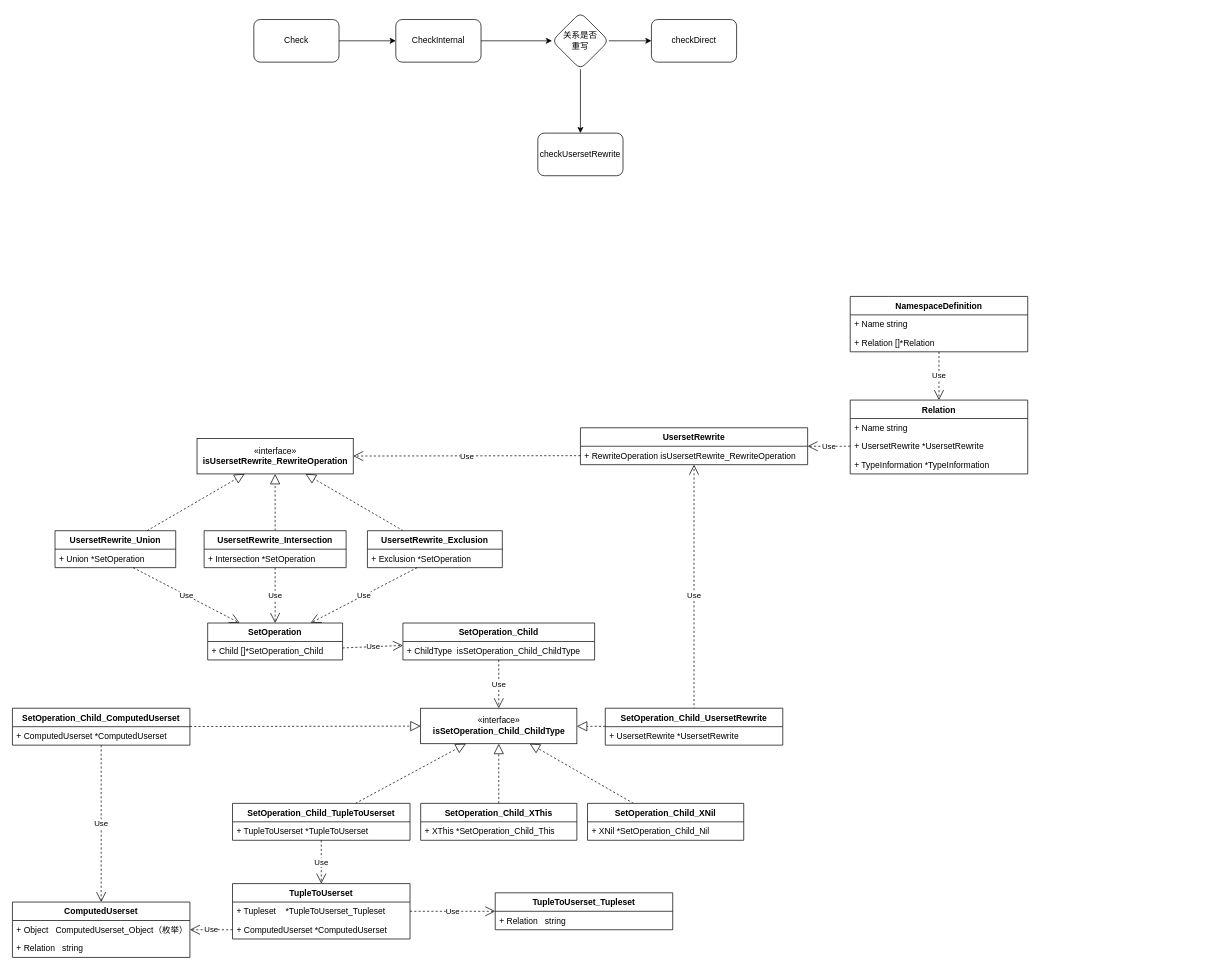
Before: checker.drawio in yamilinqh/spicedb, a draw.io diagram. Source tidied: cells renumbered, new cells numbered last; positions are measured from the earlier drawing's top-left corner, leaving out a move shared by most shapes. Both pictures are drawn from the tidied source at 71%, with x=0, y=0 at pixel (12, 12).
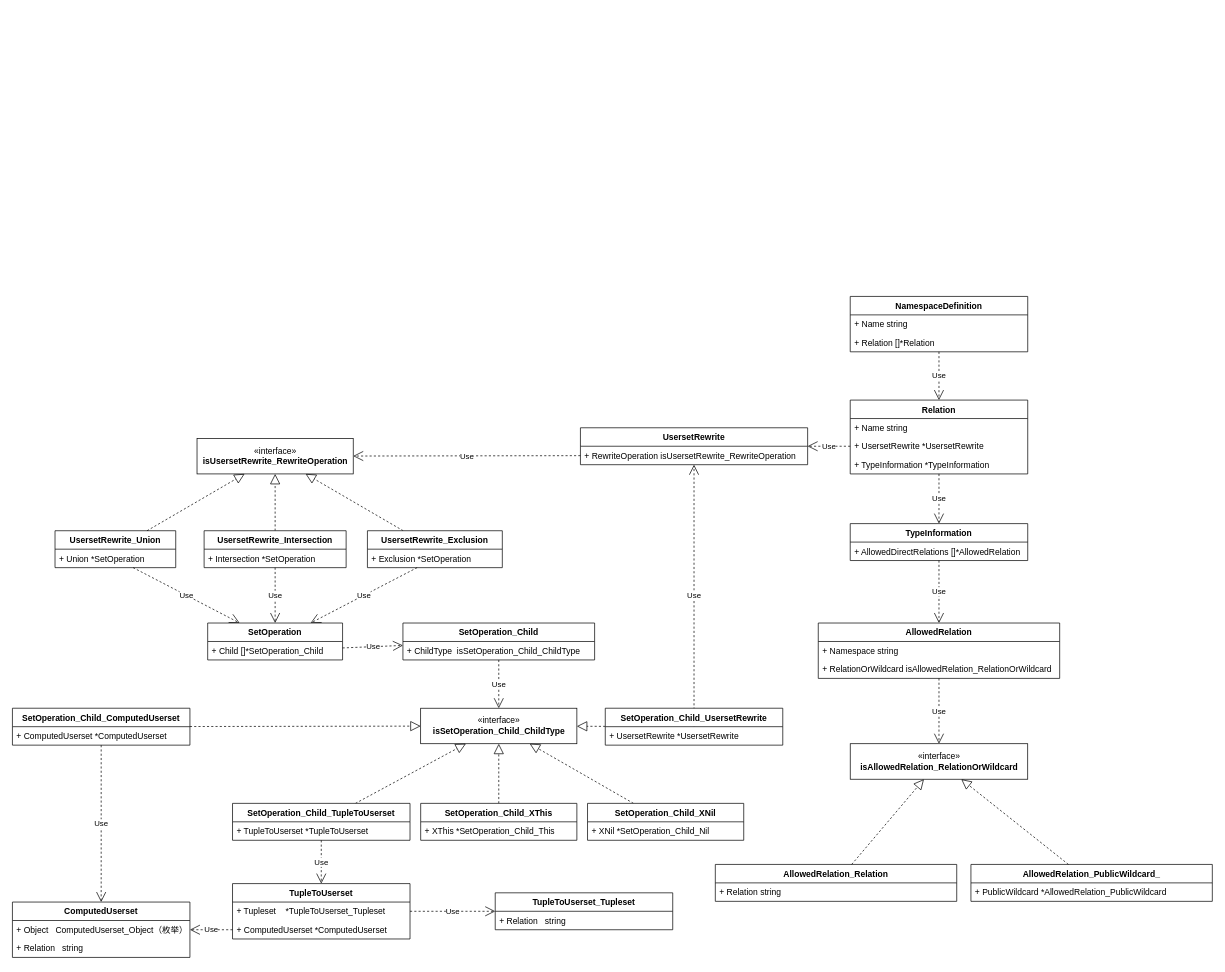
The same diagram, later.

The change refers to these unchanged cells:
```xml
<mxCell id="49" value="+ TypeInformation *TypeInformation" style="text;strokeColor=none;fillColor=none;align=left;verticalAlign=top;spacingLeft=4;spacingRight=4;overflow=hidden;points=[[0,0.5],[1,0.5]];portConstraint=eastwest;" parent="46" vertex="1">
  <mxGeometry y="78" width="250" height="26" as="geometry" />
</mxCell>
```

The edit, as a diff of the source:
```diff
@@
-    <mxCell id="2" style="edgeStyle=orthogonalEdgeStyle;rounded=0;jettySize=auto;html=1;" parent="1" edge="1" source="3" target="5">
-      <mxGeometry relative="1" as="geometry" />
-    </mxCell>
-    <mxCell id="3" value="Check" style="rounded=1;whiteSpace=wrap;html=1;" parent="1" vertex="1">
-      <mxGeometry x="340" y="10" width="120" height="60" as="geometry" />
-    </mxCell>
-    <mxCell id="4" style="edgeStyle=orthogonalEdgeStyle;rounded=0;jettySize=auto;html=1;" parent="1" edge="1" source="5" target="8">
-      <mxGeometry relative="1" as="geometry" />
-    </mxCell>
-    <mxCell id="5" value="CheckInternal" style="rounded=1;whiteSpace=wrap;html=1;" parent="1" vertex="1">
-      <mxGeometry x="540" y="10" width="120" height="60" as="geometry" />
-    </mxCell>
-    <mxCell id="6" style="edgeStyle=orthogonalEdgeStyle;rounded=0;jettySize=auto;html=1;" parent="1" edge="1" source="8" target="9">
-      <mxGeometry relative="1" as="geometry" />
-    </mxCell>
-    <mxCell id="7" style="edgeStyle=orthogonalEdgeStyle;rounded=0;jettySize=auto;html=1;" parent="1" edge="1" source="8" target="10">
-      <mxGeometry relative="1" as="geometry" />
-    </mxCell>
-    <mxCell id="8" value="关系是否&lt;br&gt;重写" style="rhombus;whiteSpace=wrap;html=1;rounded=1;" parent="1" vertex="1">
-      <mxGeometry x="760" width="80" height="80" as="geometry" />
-    </mxCell>
-    <mxCell id="9" value="checkDirect" style="whiteSpace=wrap;html=1;rounded=1;" parent="1" vertex="1">
-      <mxGeometry x="900" y="10" width="120" height="60" as="geometry" />
-    </mxCell>
-    <mxCell id="10" value="checkUsersetRewrite" style="whiteSpace=wrap;html=1;rounded=1;" parent="1" vertex="1">
-      <mxGeometry x="740" y="170" width="120" height="60" as="geometry" />
-    </mxCell>
@@
+    <mxCell id="71" value="TypeInformation" style="swimlane;fontStyle=1;align=center;verticalAlign=top;horizontal=1;startSize=26;" parent="1" vertex="1">
+      <mxGeometry x="1180" y="720" width="250" height="52" as="geometry" />
+    </mxCell>
+    <mxCell id="72" value="+ AllowedDirectRelations []*AllowedRelation" style="text;strokeColor=none;fillColor=none;align=left;verticalAlign=top;spacingLeft=4;spacingRight=4;overflow=hidden;points=[[0,0.5],[1,0.5]];portConstraint=eastwest;" parent="71" vertex="1">
+      <mxGeometry y="26" width="250" height="26" as="geometry" />
+    </mxCell>
+    <mxCell id="73" value="Use" style="endArrow=open;endSize=12;dashed=1;html=1;" parent="1" edge="1" source="49" target="71">
+      <mxGeometry relative="1" as="geometry" />
+    </mxCell>
+    <mxCell id="74" value="AllowedRelation" style="swimlane;fontStyle=1;align=center;verticalAlign=top;horizontal=1;startSize=26;" parent="1" vertex="1">
+      <mxGeometry x="1135" y="860" width="340" height="78" as="geometry" />
+    </mxCell>
+    <mxCell id="75" value="+ Namespace string" style="text;strokeColor=none;fillColor=none;align=left;verticalAlign=top;spacingLeft=4;spacingRight=4;overflow=hidden;" parent="74" vertex="1">
+      <mxGeometry y="26" width="340" height="26" as="geometry" />
+    </mxCell>
+    <mxCell id="76" value="+ RelationOrWildcard isAllowedRelation_RelationOrWildcard" style="text;strokeColor=none;fillColor=none;align=left;verticalAlign=top;spacingLeft=4;spacingRight=4;overflow=hidden;points=[[0,0.5],[1,0.5]];portConstraint=eastwest;" parent="74" vertex="1">
+      <mxGeometry y="52" width="340" height="26" as="geometry" />
+    </mxCell>
+    <mxCell id="77" value="«interface»&lt;br&gt;&lt;b&gt;isAllowedRelation_RelationOrWildcard&lt;/b&gt;" style="html=1;" parent="1" vertex="1">
+      <mxGeometry x="1180" y="1030" width="250" height="50" as="geometry" />
+    </mxCell>
+    <mxCell id="78" value="Use" style="endArrow=open;endSize=12;dashed=1;html=1;" parent="1" edge="1" source="72" target="74">
+      <mxGeometry relative="1" as="geometry" />
+    </mxCell>
+    <mxCell id="79" value="AllowedRelation_Relation" style="swimlane;fontStyle=1;align=center;verticalAlign=top;horizontal=1;startSize=26;" parent="1" vertex="1">
+      <mxGeometry x="990" y="1200" width="340" height="52" as="geometry" />
+    </mxCell>
+    <mxCell id="80" value="+ Relation string" style="text;strokeColor=none;fillColor=none;align=left;verticalAlign=top;spacingLeft=4;spacingRight=4;overflow=hidden;" parent="79" vertex="1">
+      <mxGeometry y="26" width="340" height="26" as="geometry" />
+    </mxCell>
+    <mxCell id="81" value="AllowedRelation_PublicWildcard_" style="swimlane;fontStyle=1;align=center;verticalAlign=top;horizontal=1;startSize=26;" parent="1" vertex="1">
+      <mxGeometry x="1350" y="1200" width="340" height="52" as="geometry" />
+    </mxCell>
+    <mxCell id="82" value="+ PublicWildcard *AllowedRelation_PublicWildcard" style="text;strokeColor=none;fillColor=none;align=left;verticalAlign=top;spacingLeft=4;spacingRight=4;overflow=hidden;" parent="81" vertex="1">
+      <mxGeometry y="26" width="340" height="26" as="geometry" />
+    </mxCell>
+    <mxCell id="83" value="Use" style="endArrow=open;endSize=12;dashed=1;html=1;" parent="1" edge="1" source="76" target="77">
+      <mxGeometry relative="1" as="geometry" />
+    </mxCell>
+    <mxCell id="84" style="endArrow=block;dashed=1;endFill=0;endSize=12;html=1;" parent="1" edge="1" source="79" target="77">
+      <mxGeometry relative="1" as="geometry" />
+    </mxCell>
+    <mxCell id="85" style="endArrow=block;dashed=1;endFill=0;endSize=12;html=1;" parent="1" edge="1" source="81" target="77">
+      <mxGeometry relative="1" as="geometry" />
+    </mxCell>
```
